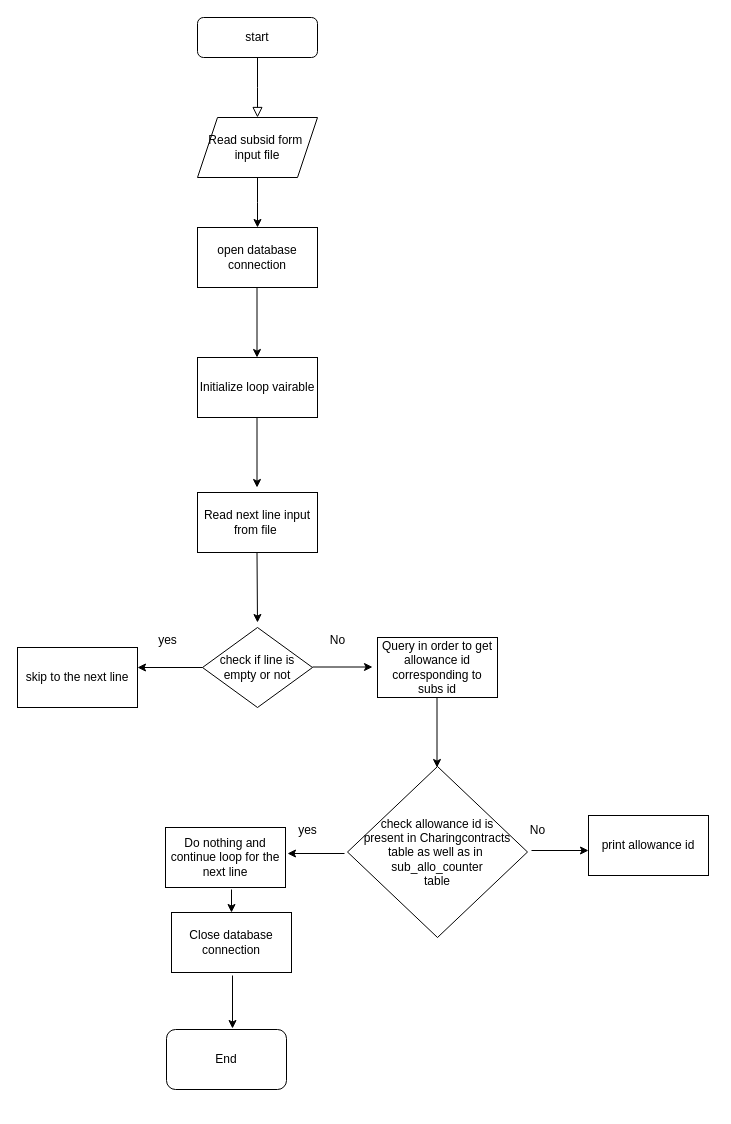
amit-jha99/cv keeps this draw.io diagram as Untitled Diagram.drawio. Above is the earlier version. Source tidied: cells renumbered, new cells numbered last; positions are measured from the earlier drawing's top-left corner, leaving out a move shared by most shapes. Both pictures are drawn from the tidied source at 100%, with x=0, y=0 at pixel (17, 17).
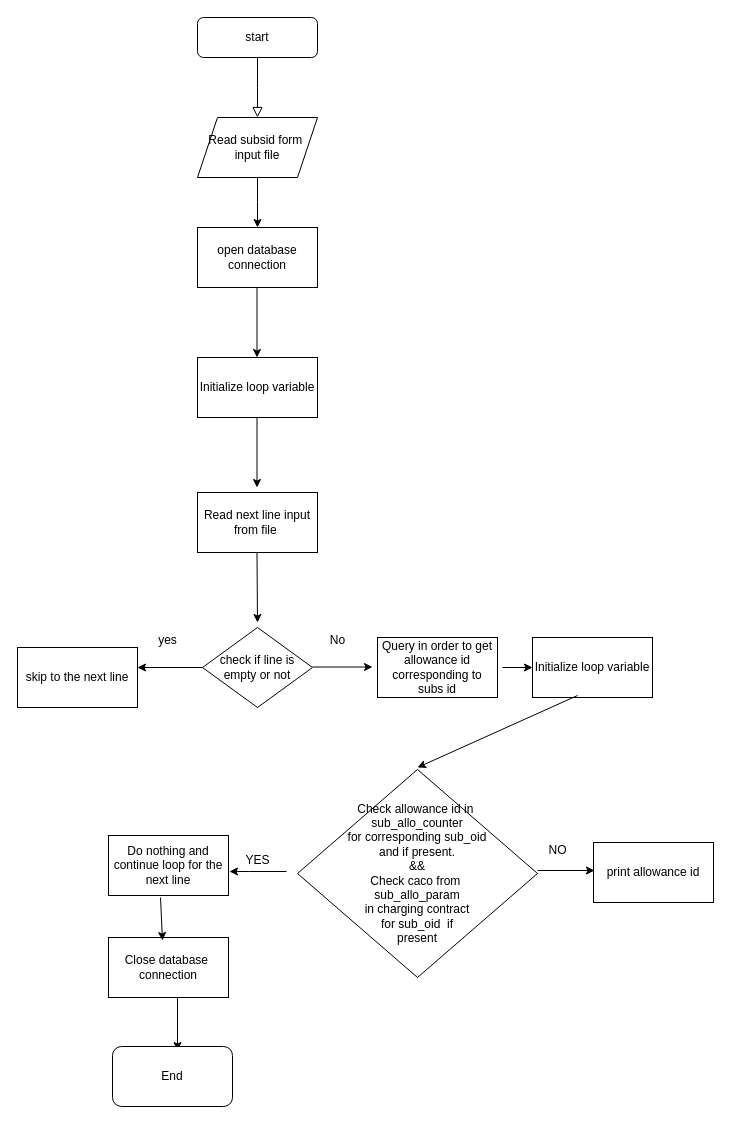
The same diagram, later.

Diff of the diagram source:
```diff
@@
-    <mxCell id="8" value="Initialize loop vairable" style="rounded=0;whiteSpace=wrap;html=1;" parent="1" vertex="1">
+    <mxCell id="8" value="Initialize loop variable" style="rounded=0;whiteSpace=wrap;html=1;" parent="1" vertex="1">
       <mxGeometry x="180" y="340" width="120" height="60" as="geometry" />
     </mxCell>
@@
-    <mxCell id="19" style="endArrow=classic;html=1;rounded=0;" parent="1" edge="1">
-      <mxGeometry relative="1" as="geometry">
-        <mxPoint x="419.5" y="680" as="sourcePoint" />
-        <mxPoint x="419.5" y="750" as="targetPoint" />
-      </mxGeometry>
-    </mxCell>
-    <mxCell id="20" value="check allowance id is&lt;div&gt;present in Charingcontracts&lt;/div&gt;&lt;div&gt;table as well as in&amp;nbsp;&lt;/div&gt;&lt;div&gt;sub_allo_counter&lt;/div&gt;&lt;div&gt;table&lt;/div&gt;" style="rhombus;whiteSpace=wrap;html=1;" parent="1" vertex="1">
-      <mxGeometry x="330" y="749" width="180" height="171" as="geometry" />
+    <mxCell id="20" value="Check allowance id in&amp;nbsp;&lt;div&gt;sub_allo_counter&lt;/div&gt;&lt;div&gt;for corresponding sub_oid&lt;/div&gt;&lt;div&gt;and if present.&lt;/div&gt;&lt;div&gt;&amp;amp;&amp;amp;&lt;/div&gt;&lt;div&gt;Check caco from&amp;nbsp;&lt;/div&gt;&lt;div&gt;sub_allo_param&lt;/div&gt;&lt;div&gt;in charging contract&lt;/div&gt;&lt;div&gt;for sub_oid&amp;nbsp; if&lt;/div&gt;&lt;div&gt;present&lt;/div&gt;" style="rhombus;whiteSpace=wrap;html=1;" parent="1" vertex="1">
+      <mxGeometry x="280" y="752" width="240" height="208" as="geometry" />
     </mxCell>
     <mxCell id="21" style="endArrow=classic;html=1;rounded=0;" parent="1" edge="1">
       <mxGeometry relative="1" as="geometry">
-        <mxPoint x="327" y="836" as="sourcePoint" />
-        <mxPoint x="270" y="836" as="targetPoint" />
+        <mxPoint x="269" y="854" as="sourcePoint" />
+        <mxPoint x="212" y="854" as="targetPoint" />
+        <Array as="points">
+          <mxPoint x="232" y="854" />
+        </Array>
       </mxGeometry>
     </mxCell>
-    <mxCell id="22" value="yes" style="text;html=1;align=center;verticalAlign=middle;strokeColor=none;fillColor=none;" parent="1" vertex="1">
-      <mxGeometry x="270" y="798" width="40" height="30" as="geometry" />
-    </mxCell>
     <mxCell id="23" value="Do nothing and continue loop for the next line" style="rounded=0;whiteSpace=wrap;html=1;" parent="1" vertex="1">
-      <mxGeometry x="148" y="810" width="120" height="60" as="geometry" />
+      <mxGeometry x="91" y="818" width="120" height="60" as="geometry" />
     </mxCell>
     <mxCell id="24" value="print allowance id" style="rounded=0;whiteSpace=wrap;html=1;" parent="1" vertex="1">
-      <mxGeometry x="571" y="798" width="120" height="60" as="geometry" />
+      <mxGeometry x="576" y="825" width="120" height="60" as="geometry" />
     </mxCell>
     <mxCell id="25" style="endArrow=classic;html=1;rounded=0;" parent="1" edge="1">
       <mxGeometry relative="1" as="geometry">
-        <mxPoint x="514" y="833" as="sourcePoint" />
-        <mxPoint x="571" y="833" as="targetPoint" />
+        <mxPoint x="520" y="853" as="sourcePoint" />
+        <mxPoint x="577" y="853" as="targetPoint" />
       </mxGeometry>
     </mxCell>
-    <mxCell id="26" value="No" style="text;html=1;align=center;verticalAlign=middle;strokeColor=none;fillColor=none;" parent="1" vertex="1">
-      <mxGeometry x="500" y="798" width="40" height="30" as="geometry" />
-    </mxCell>
-    <mxCell id="27" style="endArrow=classic;html=1;rounded=0;" parent="1" edge="1" target="28">
-      <mxGeometry relative="1" as="geometry">
-        <mxPoint x="214" y="872" as="sourcePoint" />
-      </mxGeometry>
-    </mxCell>
-    <mxCell id="28" value="Close database connection" style="rounded=0;whiteSpace=wrap;html=1;" parent="1" vertex="1">
-      <mxGeometry x="154" y="895" width="120" height="60" as="geometry" />
-    </mxCell>
     <mxCell id="29" style="endArrow=classic;html=1;rounded=0;" parent="1" edge="1">
       <mxGeometry relative="1" as="geometry">
-        <mxPoint x="215" y="958" as="sourcePoint" />
-        <mxPoint x="215" y="1011" as="targetPoint" />
+        <mxPoint x="160" y="980" as="sourcePoint" />
+        <mxPoint x="160" y="1033" as="targetPoint" />
       </mxGeometry>
     </mxCell>
     <mxCell id="30" value="End" style="rounded=1;whiteSpace=wrap;html=1;" parent="1" vertex="1">
-      <mxGeometry x="149" y="1012" width="120" height="60" as="geometry" />
+      <mxGeometry x="95" y="1029" width="120" height="60" as="geometry" />
     </mxCell>
+    <mxCell id="28" value="Close database&amp;nbsp;&lt;div&gt;connection&lt;/div&gt;" style="rounded=0;whiteSpace=wrap;html=1;" parent="1" vertex="1">
+      <mxGeometry x="91" y="920" width="120" height="60" as="geometry" />
+    </mxCell>
+    <mxCell id="31" style="endArrow=classic;html=1;rounded=0;" parent="1" edge="1">
+      <mxGeometry relative="1" as="geometry">
+        <mxPoint x="143" y="880" as="sourcePoint" />
+        <mxPoint x="145" y="923" as="targetPoint" />
+      </mxGeometry>
+    </mxCell>
+    <mxCell id="32" value="NO" style="text;html=1;align=center;verticalAlign=middle;strokeColor=none;fillColor=none;" parent="1" vertex="1">
+      <mxGeometry x="520" y="818" width="40" height="30" as="geometry" />
+    </mxCell>
+    <mxCell id="33" value="YES" style="text;html=1;align=center;verticalAlign=middle;strokeColor=none;fillColor=none;" parent="1" vertex="1">
+      <mxGeometry x="215" y="828" width="50" height="30" as="geometry" />
+    </mxCell>
+    <mxCell id="34" style="endArrow=classic;html=1;rounded=0;" parent="1" edge="1" target="35">
+      <mxGeometry relative="1" as="geometry">
+        <mxPoint x="485" y="650" as="sourcePoint" />
+      </mxGeometry>
+    </mxCell>
+    <mxCell id="35" value="Initialize loop variable" style="rounded=0;whiteSpace=wrap;html=1;" parent="1" vertex="1">
+      <mxGeometry x="515" y="620" width="120" height="60" as="geometry" />
+    </mxCell>
+    <mxCell id="36" style="endArrow=classic;html=1;rounded=0;exitX=0.375;exitY=0;exitDx=0;exitDy=0;exitPerimeter=0;" parent="1" edge="1">
+      <mxGeometry relative="1" as="geometry">
+        <mxPoint x="560" y="678" as="sourcePoint" />
+        <mxPoint x="400" y="750" as="targetPoint" />
+      </mxGeometry>
+    </mxCell>
```
